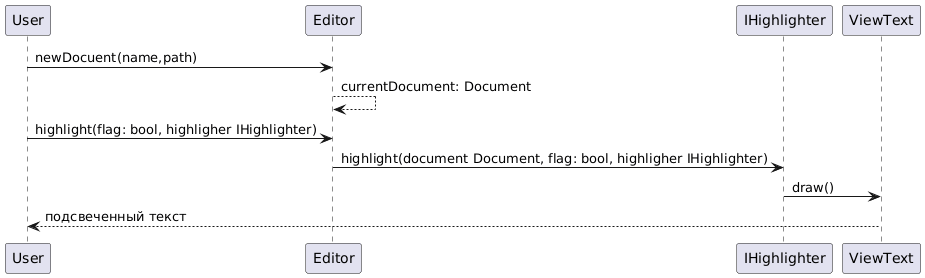
Above: Документация/Преценденты/Подсветка синтаксиса/Usecase.png in penamarth/bsbo-16-23_team5_var11_textedit (PlantUML), before the change. Source of this version:
```plantuml
@startuml
User -> Editor: newDocuent(name,path)
Editor --> Editor: currentDocument: Document

User -> Editor: highlight(flag: bool, highligher IHighlighter)
Editor -> IHighlighter: highlight(document Document, flag: bool, highligher IHighlighter)


IHighlighter -> ViewText: draw()
ViewText --> User: подсвеченный текст
@enduml
```
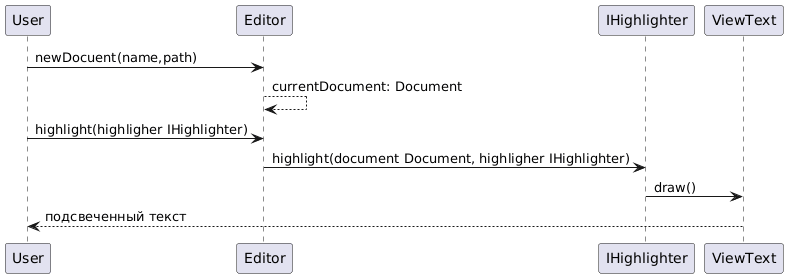
Later version of the same file.

Change to the diagram source:
```diff
@@ -2,8 +2,8 @@
 User -> Editor: newDocuent(name,path)
 Editor --> Editor: currentDocument: Document
 
-User -> Editor: highlight(flag: bool, highligher IHighlighter)
-Editor -> IHighlighter: highlight(document Document, flag: bool, highligher IHighlighter)
+User -> Editor: highlight(highligher IHighlighter)
+Editor -> IHighlighter: highlight(document Document, highligher IHighlighter)
 
 
 IHighlighter -> ViewText: draw()
```
